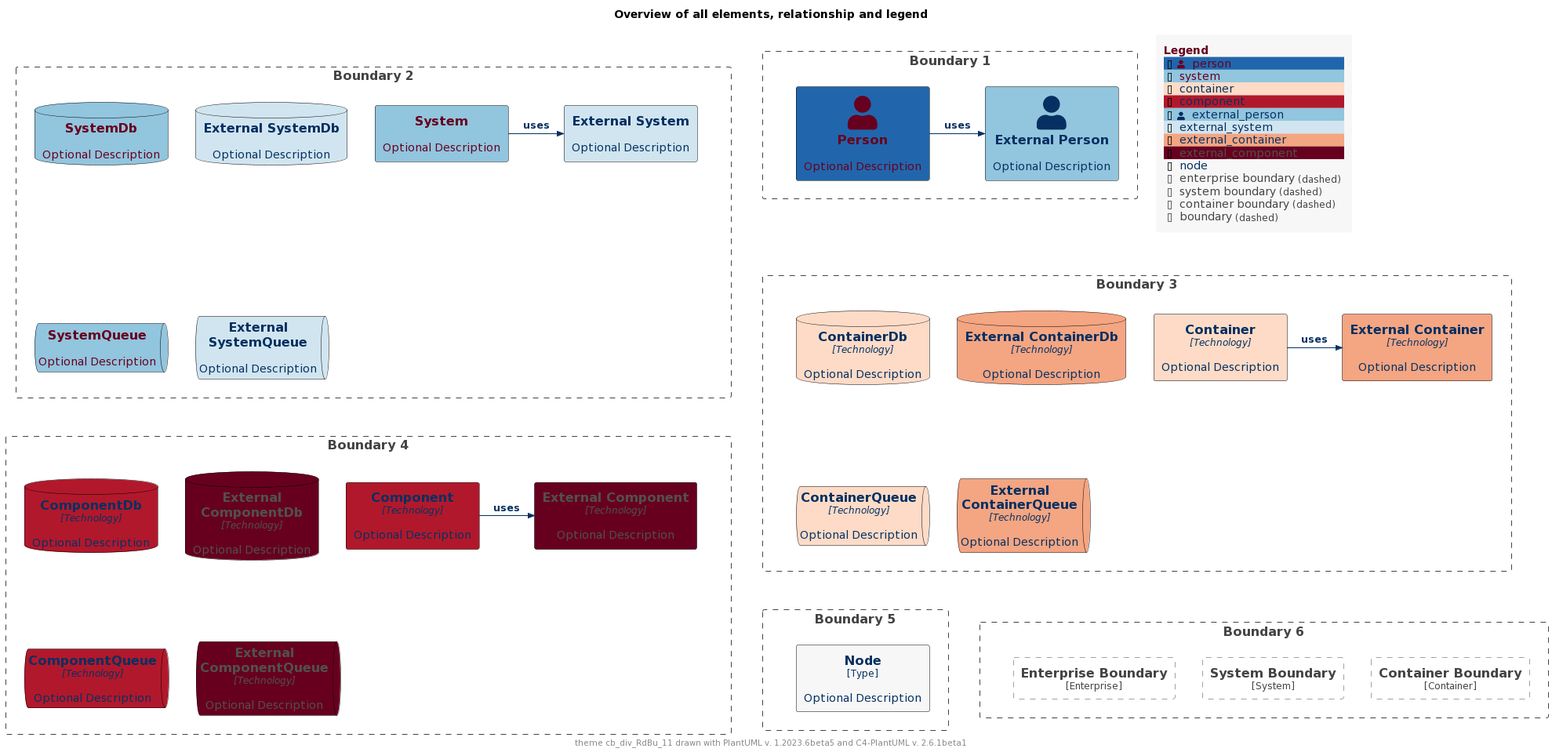
Above: palettes/puml-theme-cb_div_RdBu_11-example.png in mweagle/C4-PlantUML-Themes (PlantUML), before the change.
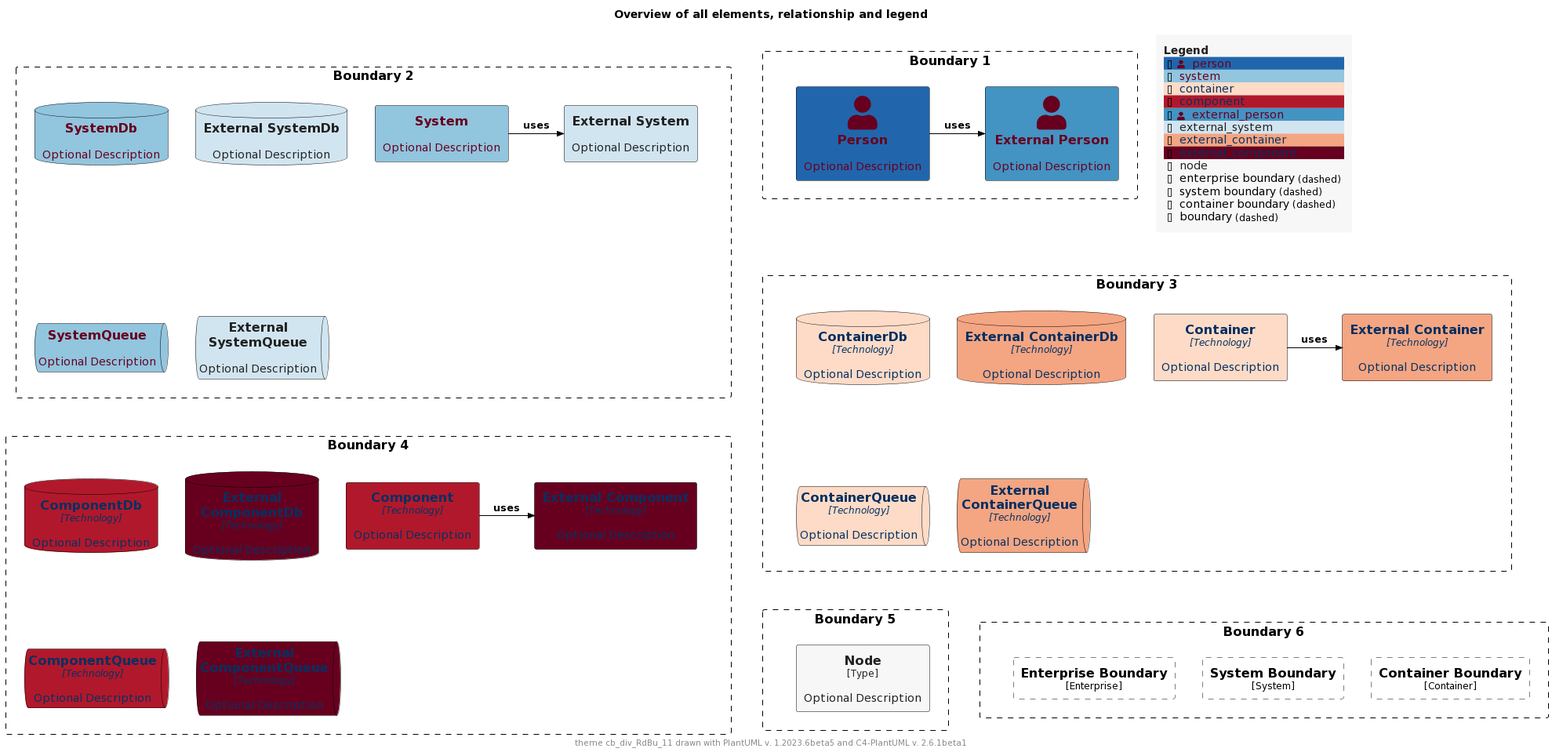
The same diagram one commit later.

Diff of the diagram source:
```diff
@@ -2,16 +2,16 @@
 !$THEME = "cb_div_RdBu_11"
 
 !function $textcolor($bgColor)
-!if $bgcolor == $COLOR_INDEX_4 || $bgcolor == $COLOR_INDEX_5
+!if $bgColor == $COLOR_INDEX_0 || $bgColor == $COLOR_INDEX_1 || $bgColor == $COLOR_INDEX_2 || $bgColor == $COLOR_INDEX_3 || $bgColor == $COLOR_INDEX_4
+!return $COLOR_INDEX_10
+!elseif $bgColor == $COLOR_INDEX_7 || $bgColor == $COLOR_INDEX_8 || $bgColor == $COLOR_INDEX_9 || $bgColor == $COLOR_INDEX_10
+!return $COLOR_INDEX_0
+!elseif %is_light($bgColor)
+!return "#222222"
+!elseif %is_dark($bgColor)
+!return "#dddddd"
+!else
 !return $COLOR_TEXT_FALLBACK_COLOR
-!elseif $bgColor == $COLOR_INDEX_10
-!return $COLOR_TEXT_FALLBACK_COLOR
-!elseif $bgColor == $COLOR_INDEX_0
-!return $COLOR_TEXT_FALLBACK_COLOR
-!elseif %is_light($bgColor)
-!return $COLOR_TEXT_DARK
-!else
-!return $COLOR_TEXT_LIGHT
 !endif
 !endfunction
 
@@ -28,42 +28,40 @@
 !$COLOR_INDEX_10="#053061"
 !$COLOR_BORDER_COLOR="#000000"
 
-!$COLOR_REL_COLOR="#053061"
-
 !$COLOR_TEXT_LIGHT=$COLOR_INDEX_0
 !$COLOR_TEXT_DARK=$COLOR_INDEX_10
 !$COLOR_TEXT_NEUTRAL=$textcolor($COLOR_INDEX_5)
-!$COLOR_REL_COLOR=$textcolor($COLOR_INDEX_0)
+!$COLOR_REL_COLOR=$textcolor($COLOR_INDEX_10)
 
-!$COLOR_TEXT_FALLBACK_COLOR ?= "#505050"
+!$COLOR_TEXT_FALLBACK_COLOR ?= "#000000"
 
 !$STEREOTYPE_FONT_SIZE ?= 12
 !$TECHN_FONT_SIZE ?= 12
 
-!$ELEMENT_FONT_COLOR ?= $COLOR_TEXT_NEUTRAL
+!$ELEMENT_FONT_COLOR ?= $COLOR_TEXT_FALLBACK_COLOR
 
-!$ARROW_COLOR ?= $COLOR_TEXT_NEUTRAL
-!$ARROW_FONT_COLOR ?= $COLOR_TEXT_NEUTRAL
+!$ARROW_COLOR ?= $COLOR_TEXT_FALLBACK_COLOR
+!$ARROW_FONT_COLOR ?= $COLOR_TEXT_FALLBACK_COLOR
 !$ARROW_FONT_SIZE ?= 12
 
-!$BOUNDARY_COLOR ?= "#444444"
+!$BOUNDARY_COLOR ?= $COLOR_BORDER_COLOR
 !$BOUNDARY_BG_COLOR ?= "transparent"
 !$BOUNDARY_BORDER_STYLE ?= "dashed"
 
-!$PERSON_FONT_COLOR ?= $textcolor($COLOR_INDEX_9)
 !$PERSON_BG_COLOR ?= $COLOR_INDEX_9
+!$PERSON_FONT_COLOR ?= $textcolor($PERSON_BG_COLOR)
 !$PERSON_BORDER_COLOR ?= $COLOR_BORDER_COLOR
 
-!$EXTERNAL_PERSON_FONT_COLOR ?= $textcolor($COLOR_INDEX_7)
-!$EXTERNAL_PERSON_BG_COLOR ?= $COLOR_INDEX_7
+!$EXTERNAL_PERSON_BG_COLOR ?= $COLOR_INDEX_8
+!$EXTERNAL_PERSON_FONT_COLOR ?= $textcolor($EXTERNAL_PERSON_BG_COLOR)
 !$EXTERNAL_PERSON_BORDER_COLOR ?= $COLOR_BORDER_COLOR
 
-!$SYSTEM_FONT_COLOR ?= $COLOR_TEXT_LIGHT
 !$SYSTEM_BG_COLOR ?= $COLOR_INDEX_7
+!$SYSTEM_FONT_COLOR ?= $textcolor($SYSTEM_BG_COLOR)
 !$SYSTEM_BORDER_COLOR ?= $COLOR_BORDER_COLOR
 
-!$EXTERNAL_SYSTEM_FONT_COLOR ?= $textcolor($COLOR_INDEX_6)
 !$EXTERNAL_SYSTEM_BG_COLOR ?= $COLOR_INDEX_6
+!$EXTERNAL_SYSTEM_FONT_COLOR ?= $textcolor($EXTERNAL_SYSTEM_BG_COLOR)
 !$EXTERNAL_SYSTEM_BORDER_COLOR ?= $COLOR_BORDER_COLOR
 
 !$SYSTEM_BOUNDARY_COLOR ?= $BOUNDARY_COLOR
@@ -74,31 +72,31 @@
 !$ENTERPRISE_BOUNDARY_BG_COLOR ?= $BOUNDARY_BG_COLOR
 !$ENTERPRISE_BOUNDARY_BORDER_STYLE ?= $BOUNDARY_BORDER_STYLE
 
-!$CONTAINER_FONT_COLOR ?= $COLOR_TEXT_DARK
 !$CONTAINER_BG_COLOR ?= $COLOR_INDEX_4
+!$CONTAINER_FONT_COLOR ?= $textcolor($CONTAINER_BG_COLOR)
 !$CONTAINER_BORDER_COLOR ?= $COLOR_BORDER_COLOR
 
-!$EXTERNAL_CONTAINER_FONT_COLOR ?= $textcolor($COLOR_INDEX_3)
 !$EXTERNAL_CONTAINER_BG_COLOR ?= $COLOR_INDEX_3
+!$EXTERNAL_CONTAINER_FONT_COLOR ?= $textcolor($EXTERNAL_CONTAINER_BG_COLOR)
 !$EXTERNAL_CONTAINER_BORDER_COLOR ?= $COLOR_BORDER_COLOR
 
 !$CONTAINER_BOUNDARY_COLOR ?= $BOUNDARY_COLOR
 !$CONTAINER_BOUNDARY_BG_COLOR ?= $BOUNDARY_BG_COLOR
 !$CONTAINER_BOUNDARY_BORDER_STYLE ?= $BOUNDARY_BORDER_STYLE
 
-!$COMPONENT_FONT_COLOR ?= $COLOR_TEXT_DARK
 !$COMPONENT_BG_COLOR ?= $COLOR_INDEX_1
+!$COMPONENT_FONT_COLOR ?= $textcolor($COMPONENT_BG_COLOR)
 !$COMPONENT_BORDER_COLOR ?= $COLOR_BORDER_COLOR
 
-!$EXTERNAL_COMPONENT_FONT_COLOR ?= $textcolor($COLOR_INDEX_0)
 !$EXTERNAL_COMPONENT_BG_COLOR ?= $COLOR_INDEX_0
+!$EXTERNAL_COMPONENT_FONT_COLOR ?= $textcolor($EXTERNAL_COMPONENT_BG_COLOR)
 !$EXTERNAL_COMPONENT_BORDER_COLOR ?= $COLOR_BORDER_COLOR
 
-!$NODE_FONT_COLOR ?= $textcolor($COLOR_INDEX_5)
 !$NODE_BG_COLOR ?= $COLOR_INDEX_5
+!$NODE_FONT_COLOR ?= $textcolor($NODE_BG_COLOR)
 !$NODE_BORDER_COLOR ?= $COLOR_BORDER_COLOR
 
-!$LEGEND_TITLE_COLOR ?= $COLOR_INDEX_0
+!$LEGEND_TITLE_COLOR ?= $textcolor($COLOR_INDEX_5)
 !$LEGEND_FONT_COLOR ?= $textcolor($COLOR_INDEX_5)
 !$LEGEND_BG_COLOR ?= $COLOR_INDEX_5
 !$LEGEND_BORDER_COLOR ?= $COLOR_INDEX_5
@@ -125,8 +123,8 @@
 !$LEGEND_DASHED_TRANSPARENT_BOUNDARY ?= "dashed"
 
 !$SKETCH_BG_COLOR ?= "transparent"
-!$SKETCH_FONT_COLOR ?= $COLOR_INDEX_NEUTRAL
-!$SKETCH_WARNING_COLOR ?= $COLOR_INDEX_10
+!$SKETCH_FONT_COLOR ?= $COLOR_INDEX_10
+!$SKETCH_WARNING_COLOR ?= $COLOR_INDEX_0
 
 !$SKETCH_FONT_NAME ?= "Gochi Hand"
 
@@ -135,5 +133,84 @@
 
 !$ROUNDED_BOX_SIZE ?= 25
 !$EIGHT_SIDED_SIZE ?= 18
-!include https://raw.githubusercontent.com/plantuml-stdlib/C4-PlantUML/master/percy/TestAllElementsWithLegend.puml
+
+
+!if %variable_exists("RELATIVE_INCLUDE")
+  !include %get_variable_value("RELATIVE_INCLUDE")/C4_Component.puml
+  !include %get_variable_value("RELATIVE_INCLUDE")/C4_Deployment.puml
+!else
+  !include https://raw.githubusercontent.com/plantuml-stdlib/C4-PlantUML/master/C4_Component.puml
+  !include https://raw.githubusercontent.com/plantuml-stdlib/C4-PlantUML/master/C4_Deployment.puml
+!endif
+
+SetDefaultLegendEntries("person\nsystem\ncontainer\ncomponent\nexternal_person\nexternal_system\nexternal_container\nexternal_component\nnode\nenterprise_boundary\nsystem_boundary\ncontainer_boundary\nboundary")
+
+title Overview of all elements, relationship and legend
+
+footer theme $THEME drawn with PlantUML v. %version() and C4-PlantUML v. C4Version()
+
+Boundary(b2, "Boundary 2") {
+  System(system, "System", "Optional Description")
+  System_Ext(externalSystem, "External System", "Optional Description")
+  Rel_R(system, externalSystem, "uses")
+
+  SystemDb(systemDb, "SystemDb", "Optional Description")
+  SystemDb_Ext(externalSystemDb, "External SystemDb", "Optional Description")
+  SystemQueue(systemQueue, "SystemQueue", "Optional Description")
+  SystemQueue_Ext(externalSystemQueue, "External SystemQueue", "Optional Description")
+}
+
+Boundary(b1, "Boundary 1") {
+  Person(person, "Person", "Optional Description")
+  Person_Ext(externalPerson, "External Person", "Optional Description")
+  Rel_R(person, externalPerson, "uses")
+}
+
+Boundary(b3, "Boundary 3") {
+  Container(container, "Container", "Technology", "Optional Description")
+  Container_Ext(externalContainer, "External Container", "Technology", "Optional Description")
+  Rel_R(container, externalContainer, "uses")
+
+  ContainerDb(containerDb, "ContainerDb", "Technology", "Optional Description")
+  ContainerDb_Ext(externalContainerDb, "External ContainerDb", "Technology", "Optional Description")
+  ContainerQueue(containerQueue, "ContainerQueue", "Technology", "Optional Description")
+  ContainerQueue_Ext(externalContainerQueue, "External ContainerQueue", "Technology", "Optional Description")
+}
+
+Boundary(b4, "Boundary 4") {
+  Component(component, "Component", "Technology", "Optional Description")
+  Component_Ext(externalComponent, "External Component", "Technology", "Optional Description")
+  Rel_R(component, externalComponent, "uses")
+
+  ComponentDb(componentDb, "ComponentDb", "Technology", "Optional Description")
+  ComponentDb_Ext(externalComponentDb, "External ComponentDb", "Technology", "Optional Description")
+  ComponentQueue(componentQueue, "ComponentQueue", "Technology", "Optional Description")
+  ComponentQueue_Ext(externalComponentQueue, "External ComponentQueue", "Technology", "Optional Description")
+}
+
+Boundary(b5, "Boundary 5") {
+  Node(node, "Node", "Type", "Optional Description")
+}
+
+Boundary(b6, "Boundary 6") {
+  Enterprise_Boundary(eb, "Enterprise Boundary") {
+  }
+
+  System_Boundary(sb, "System Boundary") {
+  }
+
+  Container_Boundary(cb, "Container Boundary") {
+  }
+
+  Lay_R(eb,sb)
+  Lay_R(sb,cb)
+}
+
+Lay_D(b2,b3)
+Lay_R(b2,b1)
+Lay_D(b3,b4)
+Lay_D(b4,b5)
+Lay_R(b5,b6)
+
+SHOW_FLOATING_LEGEND()
 @enduml
```
